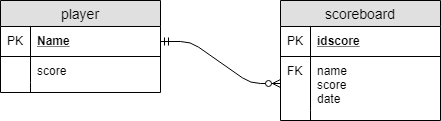
Above: Documentacion/Diagrama Relacional Normalizado.png in GatoHery/FelidaeException_Arkanoid (draw.io), before the change. Source tidied: cells renumbered, new cells last; positions are measured from the earlier drawing's top-left corner, leaving out a move shared by most shapes.
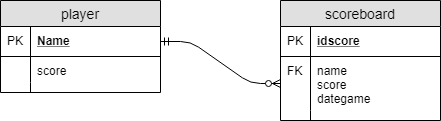
After the commit.

Commit message:
Add: Manual Tecnico & Diagrama Relacional Normalizado

What changed in the source:
```diff
@@ -32,7 +32,7 @@
     <mxCell id="11" value="PK" style="shape=partialRectangle;top=0;left=0;bottom=0;fillColor=none;align=left;verticalAlign=middle;spacingLeft=4;spacingRight=4;overflow=hidden;fontSize=12;" parent="10" vertex="1">
       <mxGeometry width="30" height="30" as="geometry" />
     </mxCell>
-    <mxCell id="12" value="name&#10;score&#10;date" style="shape=partialRectangle;top=0;left=0;right=0;bottom=0;align=left;verticalAlign=top;fillColor=none;spacingLeft=34;spacingRight=4;overflow=hidden;points=[[0,0.5],[1,0.5]];portConstraint=eastwest;fontSize=12;" parent="9" vertex="1">
+    <mxCell id="12" value="name&#10;score&#10;dategame" style="shape=partialRectangle;top=0;left=0;right=0;bottom=0;align=left;verticalAlign=top;fillColor=none;spacingLeft=34;spacingRight=4;overflow=hidden;points=[[0,0.5],[1,0.5]];portConstraint=eastwest;fontSize=12;" parent="9" vertex="1">
       <mxGeometry y="56" width="160" height="54" as="geometry" />
     </mxCell>
     <mxCell id="13" value="FK" style="shape=partialRectangle;top=0;left=0;bottom=0;fillColor=none;align=left;verticalAlign=top;spacingLeft=4;spacingRight=4;overflow=hidden;fontSize=12;" parent="12" vertex="1">
```
